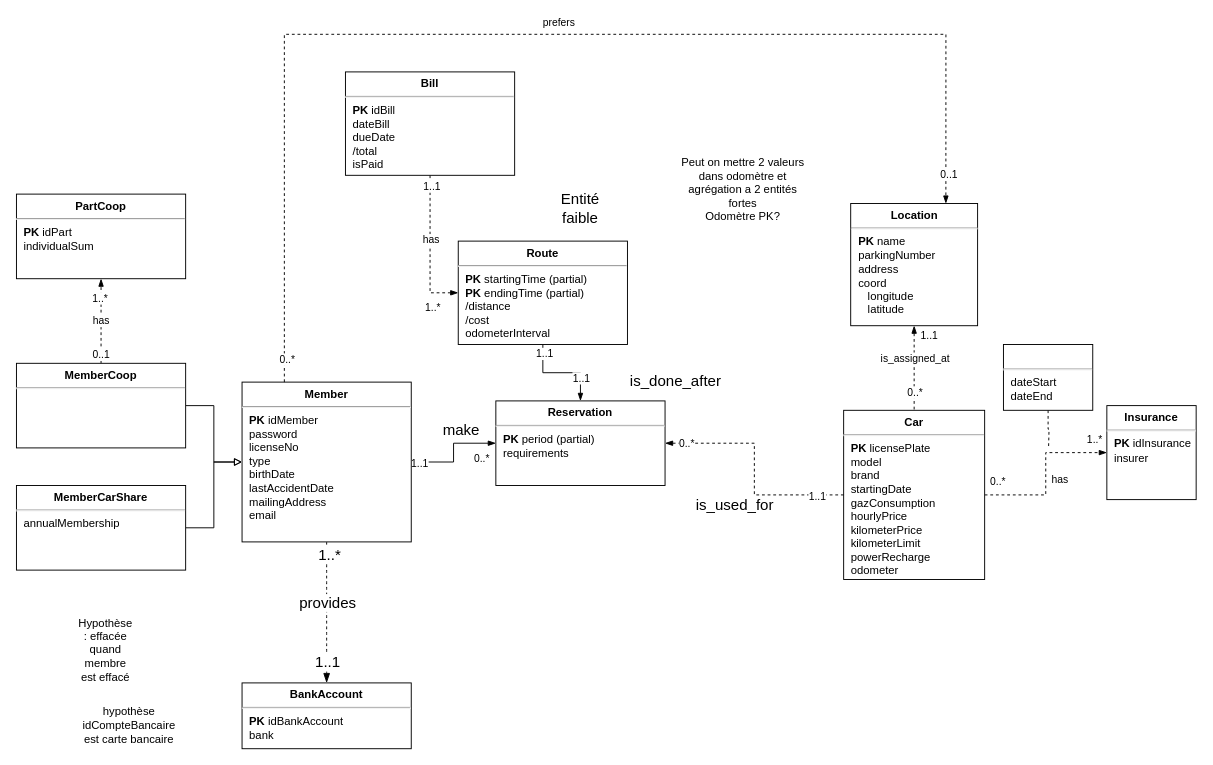
Earlier version of the draw.io diagram page "Juliette" (2 of 2) of TP4.drawio (lyg2/Reservation-SQL). Source tidied: cells renumbered, new cells numbered last; positions are measured from the earlier drawing's top-left corner, leaving out a move shared by most shapes. Both pictures are drawn from the tidied source at 94%, with x=0, y=0 at pixel (16, 34).
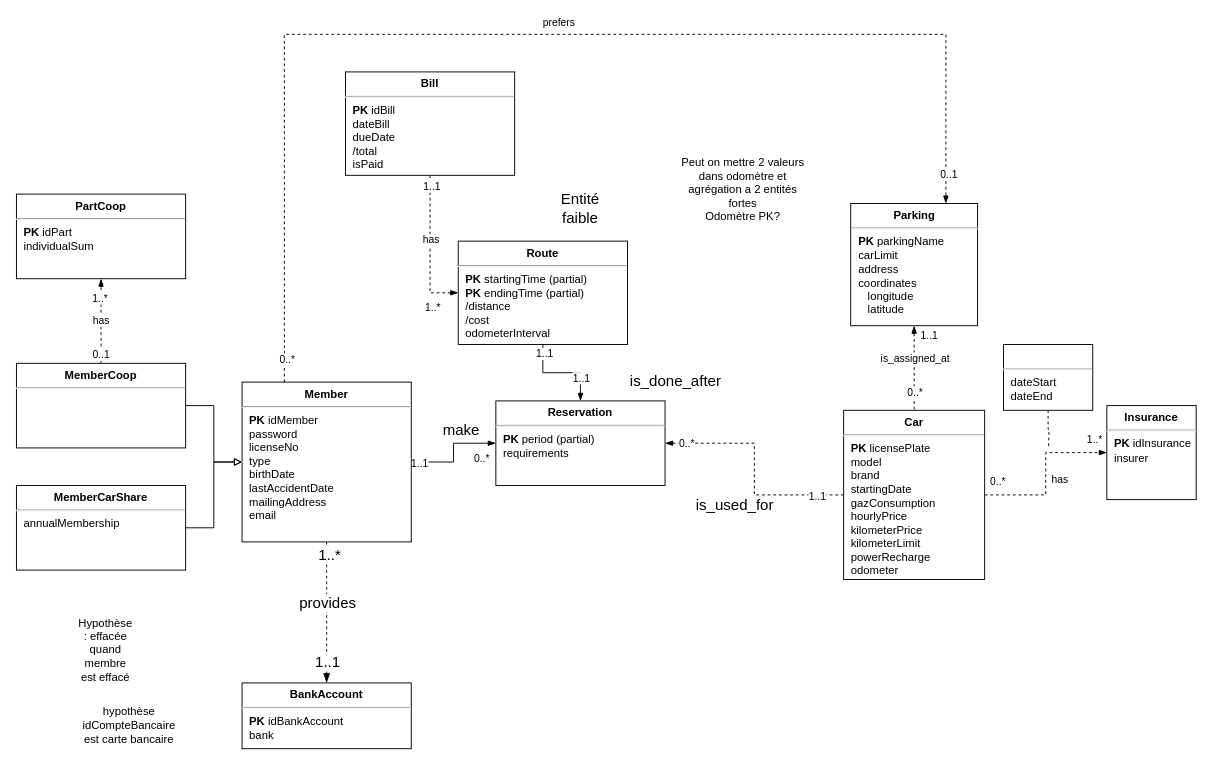
The same page after the edit.

What changed in the source:
```diff
@@
-    <mxCell id="11" value="&lt;p style=&quot;margin:0px;margin-top:6px;text-align:center;&quot;&gt;&lt;b&gt;Location&lt;/b&gt;&lt;/p&gt;&lt;hr&gt;&lt;p style=&quot;margin:0px;margin-left:8px;&quot;&gt;&lt;b&gt;PK&lt;/b&gt; name&lt;/p&gt;&lt;p style=&quot;margin:0px;margin-left:8px;&quot;&gt;parkingNumber&lt;/p&gt;&lt;p style=&quot;margin:0px;margin-left:8px;&quot;&gt;address&lt;/p&gt;&lt;p style=&quot;margin:0px;margin-left:8px;&quot;&gt;coord&lt;/p&gt;&lt;p style=&quot;margin:0px;margin-left:8px;&quot;&gt;&amp;nbsp; &amp;nbsp;longitude&lt;/p&gt;&lt;p style=&quot;margin:0px;margin-left:8px;&quot;&gt;&amp;nbsp; &amp;nbsp;latitude&lt;/p&gt;" style="align=left;overflow=fill;html=1;" parent="1" vertex="1">
+    <mxCell id="11" value="&lt;p style=&quot;margin:0px;margin-top:6px;text-align:center;&quot;&gt;&lt;b&gt;Parking&lt;/b&gt;&lt;/p&gt;&lt;hr&gt;&lt;p style=&quot;margin:0px;margin-left:8px;&quot;&gt;&lt;b&gt;PK&lt;/b&gt;&amp;nbsp;parkingName&lt;/p&gt;&lt;p style=&quot;margin:0px;margin-left:8px;&quot;&gt;carLimit&lt;/p&gt;&lt;p style=&quot;margin:0px;margin-left:8px;&quot;&gt;address&lt;/p&gt;&lt;p style=&quot;margin:0px;margin-left:8px;&quot;&gt;coordinates&lt;/p&gt;&lt;p style=&quot;margin:0px;margin-left:8px;&quot;&gt;&amp;nbsp; &amp;nbsp;longitude&lt;/p&gt;&lt;p style=&quot;margin:0px;margin-left:8px;&quot;&gt;&amp;nbsp; &amp;nbsp;latitude&lt;/p&gt;" style="align=left;overflow=fill;html=1;" parent="1" vertex="1">
       <mxGeometry x="887.5" y="180" width="135" height="130" as="geometry" />
     </mxCell>
```
